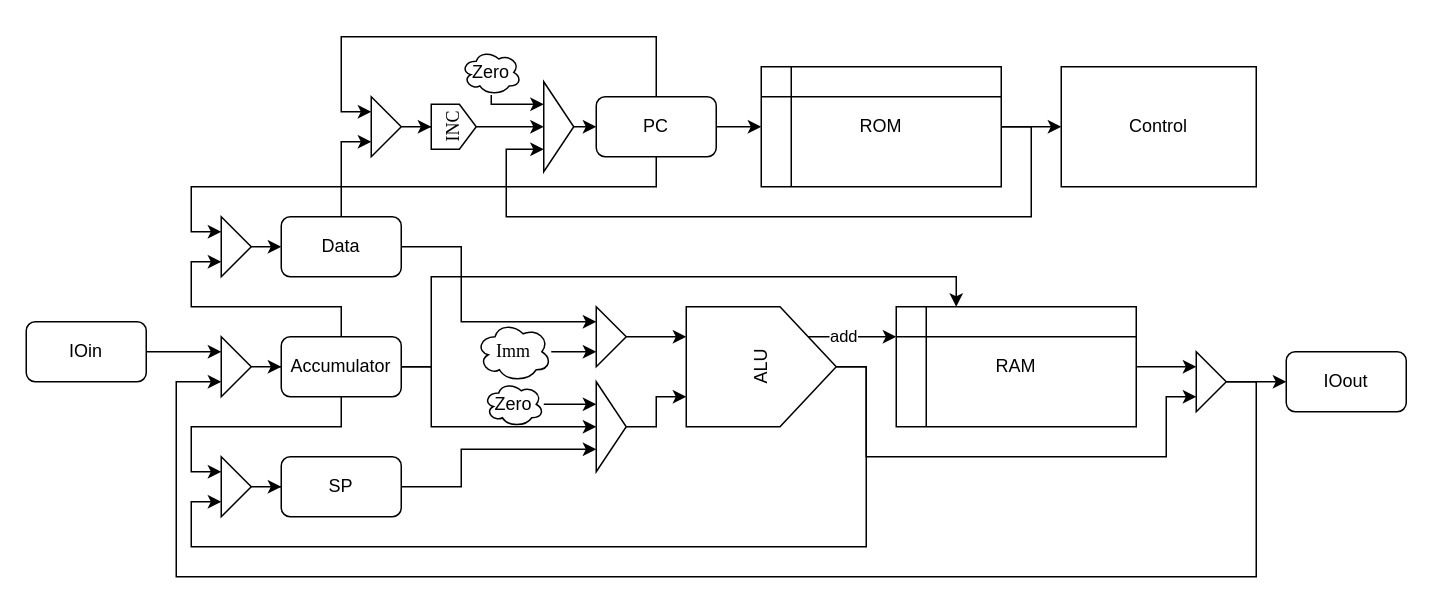
This is Design/datapath.drawio from LithosphereRocketry/Nandy, a draw.io file, before an edit. Source tidied: cells renumbered, new cells numbered last; positions are measured from the earlier drawing's top-left corner, leaving out a move shared by most shapes. Both pictures are drawn from the tidied source at 150%, with x=0, y=0 at pixel (26, 36).
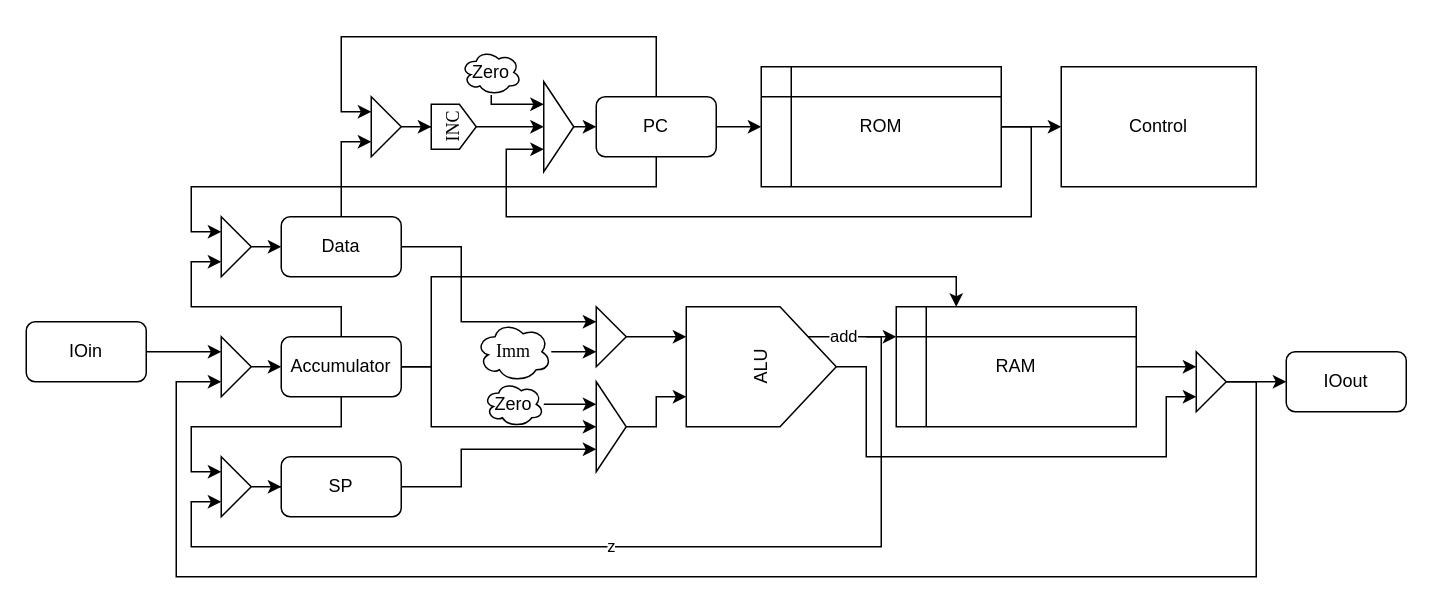
The same page after the edit.

Unchanged cells that the change refers to:
```xml
<mxCell id="6" value="&lt;div&gt;Accumulator&lt;/div&gt;" style="rounded=1;whiteSpace=wrap;html=1;" parent="1" vertex="1">
  <mxGeometry x="170" y="200" width="80" height="40" as="geometry" />
</mxCell>
<mxCell id="16" style="triangle;whiteSpace=wrap;html=1;" parent="1" vertex="1">
  <mxGeometry x="780" y="210" width="20" height="40" as="geometry" />
</mxCell>
<mxCell id="34" value="&lt;font face=&quot;Helvetica&quot;&gt;ALU&lt;/font&gt;" style="shape=offPageConnector;whiteSpace=wrap;html=1;fontFamily=Times New Roman;rotation=-90;" parent="1" vertex="1">
  <mxGeometry x="450" y="170" width="80" height="100" as="geometry" />
</mxCell>
<mxCell id="39" style="triangle;whiteSpace=wrap;html=1;" parent="1" vertex="1">
  <mxGeometry x="130" y="280" width="20" height="40" as="geometry" />
</mxCell>
<mxCell id="53" value="IOin" style="rounded=1;whiteSpace=wrap;html=1;" parent="1" vertex="1">
  <mxGeometry y="190" width="80" height="40" as="geometry" />
</mxCell>
```

What changed in the source:
```diff
@@
-    <mxCell id="14" style="edgeStyle=orthogonalEdgeStyle;rounded=0;jettySize=auto;html=1;entryX=0;entryY=0.75;entryDx=0;entryDy=0;" parent="1" edge="1" source="16" target="50">
+    <mxCell id="14" style="edgeStyle=orthogonalEdgeStyle;rounded=0;jettySize=auto;html=1;entryX=0;entryY=0.75;entryDx=0;entryDy=0;" parent="1" edge="1" source="16">
       <mxGeometry relative="1" as="geometry">
+        <mxPoint x="130" y="230" as="targetPoint" />
         <Array as="points">
           <mxPoint x="820" y="230" />
           <mxPoint x="820" y="360" />
           <mxPoint x="100" y="360" />
           <mxPoint x="100" y="230" />
         </Array>
       </mxGeometry>
     </mxCell>
@@
-    <mxCell id="33" style="edgeStyle=orthogonalEdgeStyle;rounded=0;jettySize=auto;html=1;entryX=0;entryY=0.75;entryDx=0;entryDy=0;fontFamily=Helvetica;" parent="1" edge="1" source="34" target="39">
+    <mxCell id="33" value="z" style="edgeStyle=orthogonalEdgeStyle;rounded=0;jettySize=auto;html=1;entryX=0;entryY=0.75;entryDx=0;entryDy=0;fontFamily=Helvetica;" parent="1" edge="1" target="39">
       <mxGeometry relative="1" as="geometry">
+        <mxPoint x="560" y="200" as="sourcePoint" />
         <Array as="points">
-          <mxPoint x="560" y="220" />
-          <mxPoint x="560" y="340" />
+          <mxPoint x="570" y="200" />
+          <mxPoint x="570" y="340" />
           <mxPoint x="110" y="340" />
           <mxPoint x="110" y="310" />
         </Array>
       </mxGeometry>
     </mxCell>
@@
-    <mxCell id="49" style="edgeStyle=orthogonalEdgeStyle;rounded=0;jettySize=auto;html=1;entryX=0;entryY=0.5;entryDx=0;entryDy=0;" parent="1" edge="1" source="50" target="6">
-      <mxGeometry relative="1" as="geometry" />
+    <mxCell id="49" style="edgeStyle=orthogonalEdgeStyle;rounded=0;jettySize=auto;html=1;entryX=0;entryY=0.5;entryDx=0;entryDy=0;" parent="1" edge="1" target="6">
+      <mxGeometry relative="1" as="geometry">
+        <mxPoint x="150" y="220" as="sourcePoint" />
+      </mxGeometry>
     </mxCell>
-    <mxCell id="50" style="triangle;whiteSpace=wrap;html=1;" parent="1" vertex="1">
-      <mxGeometry x="130" y="200" width="20" height="40" as="geometry" />
-    </mxCell>
@@
-    <mxCell id="52" style="edgeStyle=orthogonalEdgeStyle;rounded=0;jettySize=auto;html=1;entryX=0;entryY=0.25;entryDx=0;entryDy=0;" parent="1" edge="1" source="53" target="50">
-      <mxGeometry relative="1" as="geometry" />
+    <mxCell id="52" style="edgeStyle=orthogonalEdgeStyle;rounded=0;jettySize=auto;html=1;entryX=0;entryY=0.25;entryDx=0;entryDy=0;" parent="1" edge="1" source="53">
+      <mxGeometry relative="1" as="geometry">
+        <mxPoint x="130" y="210" as="targetPoint" />
+      </mxGeometry>
     </mxCell>
@@
+    <mxCell id="50" style="triangle;whiteSpace=wrap;html=1;" parent="1" vertex="1">
+      <mxGeometry x="130" y="200" width="20" height="40" as="geometry" />
+    </mxCell>
```
